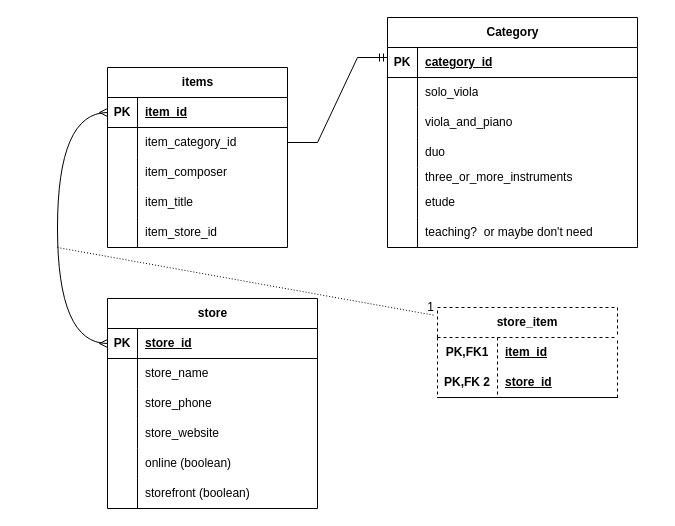
Before: Final Project!.drawio in Jasperje/finalcodingproject, a draw.io diagram. Source tidied: cells renumbered, new cells numbered last; positions are measured from the earlier drawing's top-left corner, leaving out a move shared by most shapes. Both pictures are drawn from the tidied source at 100%, with x=0, y=0 at pixel (57, 17).
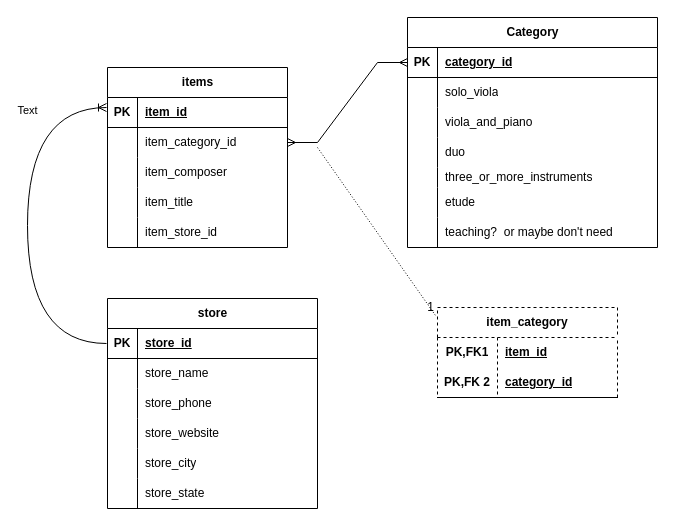
After the change.

The change refers to these unchanged cells:
```xml
<mxCell id="3" style="shape=tableRow;horizontal=0;startSize=0;swimlaneHead=0;swimlaneBody=0;fillColor=none;points=[[0,0.5],[1,0.5]];portConstraint=eastwest;top=0;left=0;right=0;bottom=1;" parent="2" vertex="1">
  <mxGeometry y="30" width="180" height="30" as="geometry" />
</mxCell>
<mxCell id="6" style="shape=tableRow;horizontal=0;startSize=0;swimlaneHead=0;swimlaneBody=0;fillColor=none;points=[[0,0.5],[1,0.5]];portConstraint=eastwest;top=0;left=0;right=0;bottom=0;" parent="2" vertex="1">
  <mxGeometry y="60" width="180" height="30" as="geometry" />
</mxCell>
<mxCell id="18" value="store" style="shape=table;startSize=30;childLayout=tableLayout;rowLines=0;fontStyle=1;align=center;html=1;" parent="1" vertex="1">
  <mxGeometry x="50" y="281" width="210" height="210" as="geometry" />
</mxCell>
<mxCell id="19" style="shape=tableRow;horizontal=0;startSize=0;swimlaneHead=0;swimlaneBody=0;fillColor=none;points=[[0,0.5],[1,0.5]];portConstraint=eastwest;top=0;left=0;right=0;bottom=1;" parent="18" vertex="1">
  <mxGeometry y="30" width="210" height="30" as="geometry" />
</mxCell>
<mxCell id="38" style="shape=tableRow;horizontal=0;startSize=0;swimlaneHead=0;swimlaneBody=0;fillColor=none;points=[[0,0.5],[1,0.5]];portConstraint=eastwest;top=0;left=0;right=0;bottom=1;" parent="37" vertex="1">
  <mxGeometry y="30" width="250" height="30" as="geometry" />
</mxCell>
<mxCell id="63" style="shape=tableRow;horizontal=0;startSize=0;swimlaneHead=0;swimlaneBody=0;fillColor=none;top=0;left=0;right=0;bottom=1;html=1;" parent="59" vertex="1">
  <mxGeometry y="60" width="180" height="30" as="geometry" />
</mxCell>
```

The edit, as a diff of the source:
```diff
@@
-    <mxCell id="31" style="shape=tableRow;horizontal=0;startSize=0;swimlaneHead=0;swimlaneBody=0;fillColor=none;top=0;left=0;right=0;bottom=0;" parent="18" vertex="1">
-      <mxGeometry y="150" width="210" height="30" as="geometry" />
-    </mxCell>
-    <mxCell id="32" style="shape=partialRectangle;fillColor=none;top=0;left=0;bottom=0;right=0;overflow=hidden;whiteSpace=wrap;html=1;" parent="31" vertex="1">
-      <mxGeometry width="30" height="30" as="geometry" />
-    </mxCell>
-    <mxCell id="33" value="online (boolean)" style="shape=partialRectangle;fillColor=none;top=0;left=0;bottom=0;right=0;align=left;spacingLeft=6;overflow=hidden;whiteSpace=wrap;html=1;" parent="31" vertex="1">
-      <mxGeometry x="30" width="180" height="30" as="geometry" />
-    </mxCell>
     <mxCell id="34" style="shape=tableRow;horizontal=0;startSize=0;swimlaneHead=0;swimlaneBody=0;fillColor=none;top=0;left=0;right=0;bottom=0;" parent="18" vertex="1">
-      <mxGeometry y="180" width="210" height="30" as="geometry" />
+      <mxGeometry y="150" width="210" height="30" as="geometry" />
     </mxCell>
@@
-    <mxCell id="36" value="storefront (boolean)" style="shape=partialRectangle;fillColor=none;top=0;left=0;bottom=0;right=0;align=left;spacingLeft=6;overflow=hidden;whiteSpace=wrap;html=1;" parent="34" vertex="1">
+    <mxCell id="36" value="store_city" style="shape=partialRectangle;fillColor=none;top=0;left=0;bottom=0;right=0;align=left;spacingLeft=6;overflow=hidden;whiteSpace=wrap;html=1;" parent="34" vertex="1">
       <mxGeometry x="30" width="180" height="30" as="geometry" />
     </mxCell>
+    <mxCell id="70" style="shape=tableRow;horizontal=0;startSize=0;swimlaneHead=0;swimlaneBody=0;fillColor=none;top=0;left=0;right=0;bottom=0;" parent="18" vertex="1">
+      <mxGeometry y="180" width="210" height="30" as="geometry" />
+    </mxCell>
+    <mxCell id="32" style="shape=partialRectangle;fillColor=none;top=0;left=0;bottom=0;right=0;overflow=hidden;whiteSpace=wrap;html=1;" parent="70" vertex="1">
+      <mxGeometry width="30" height="30" as="geometry" />
+    </mxCell>
+    <mxCell id="71" value="store_state" style="shape=partialRectangle;fillColor=none;top=0;left=0;bottom=0;right=0;align=left;spacingLeft=6;overflow=hidden;whiteSpace=wrap;html=1;" parent="70" vertex="1">
+      <mxGeometry x="30" width="180" height="30" as="geometry" />
+    </mxCell>
     <mxCell id="37" value="Category" style="shape=table;startSize=30;childLayout=tableLayout;rowLines=0;fontStyle=1;align=center;html=1;" parent="1" vertex="1">
-      <mxGeometry x="330" width="250" height="230" as="geometry" />
+      <mxGeometry x="350" width="250" height="230" as="geometry" />
     </mxCell>
@@
-    <mxCell id="59" value="store_item" style="shape=table;startSize=30;childLayout=tableLayout;rowLines=0;fontStyle=1;align=center;html=1;whiteSpace=wrap;dashed=1;" parent="1" vertex="1">
+    <mxCell id="59" value="item_category" style="shape=table;startSize=30;childLayout=tableLayout;rowLines=0;fontStyle=1;align=center;html=1;whiteSpace=wrap;dashed=1;" parent="1" vertex="1">
       <mxGeometry x="380" y="290" width="180" height="90" as="geometry" />
     </mxCell>
@@
-    <mxCell id="65" value="store_id" style="shape=partialRectangle;fillColor=none;top=0;left=0;bottom=0;right=0;align=left;spacingLeft=6;fontStyle=5;overflow=hidden;html=1;whiteSpace=wrap;" parent="63" vertex="1">
+    <mxCell id="65" value="category_id" style="shape=partialRectangle;fillColor=none;top=0;left=0;bottom=0;right=0;align=left;spacingLeft=6;fontStyle=5;overflow=hidden;html=1;whiteSpace=wrap;" parent="63" vertex="1">
       <mxGeometry x="60" width="120" height="30" as="geometry" />
     </mxCell>
-    <mxCell id="66" style="edgeStyle=entityRelationEdgeStyle;fontSize=12;html=1;endArrow=ERmandOne;rounded=0;exitX=1;exitY=0.5;exitDx=0;exitDy=0;" parent="1" edge="1" source="6">
-      <mxGeometry relative="1" as="geometry">
-        <mxPoint x="330" y="40" as="targetPoint" />
-      </mxGeometry>
+    <mxCell id="66" style="edgeStyle=entityRelationEdgeStyle;fontSize=12;html=1;endArrow=ERmany;rounded=0;exitX=1;exitY=0.5;exitDx=0;exitDy=0;entryX=0;entryY=0.5;entryDx=0;entryDy=0;startArrow=ERmany;startFill=0;endFill=0;" parent="1" edge="1" source="6" target="38">
+      <mxGeometry relative="1" as="geometry" />
     </mxCell>
-    <mxCell id="67" style="edgeStyle=orthogonalEdgeStyle;fontSize=12;html=1;endArrow=ERmany;startArrow=ERmany;rounded=0;entryX=0;entryY=0.5;entryDx=0;entryDy=0;exitX=0;exitY=0.5;exitDx=0;exitDy=0;curved=1;" parent="1" edge="1" source="19" target="3">
-      <mxGeometry relative="1" as="geometry">
-        <Array as="points">
-          <mxPoint y="326" />
-          <mxPoint y="95" />
-        </Array>
-      </mxGeometry>
-    </mxCell>
     <mxCell id="68" style="endArrow=none;html=1;rounded=0;dashed=1;dashPattern=1 2;entryX=-0.011;entryY=0.089;entryDx=0;entryDy=0;entryPerimeter=0;" parent="1" edge="1" target="59">
       <mxGeometry relative="1" as="geometry">
-        <mxPoint y="230" as="sourcePoint" />
+        <mxPoint x="260" y="130" as="sourcePoint" />
       </mxGeometry>
     </mxCell>
@@
+    <mxCell id="72" style="edgeStyle=orthogonalEdgeStyle;fontSize=12;html=1;endArrow=ERoneToMany;rounded=0;exitX=0;exitY=0.5;exitDx=0;exitDy=0;curved=1;" parent="1" edge="1">
+      <mxGeometry relative="1" as="geometry">
+        <mxPoint x="49" y="326" as="sourcePoint" />
+        <mxPoint x="49" y="90" as="targetPoint" />
+        <Array as="points">
+          <mxPoint x="-30" y="326" />
+          <mxPoint x="-30" y="90" />
+        </Array>
+      </mxGeometry>
+    </mxCell>
+    <mxCell id="73" value="Text" style="edgeLabel;html=1;align=center;verticalAlign=middle;" parent="72" vertex="1">
+      <mxGeometry x="0.59" y="1" relative="1" as="geometry" />
+    </mxCell>
```
